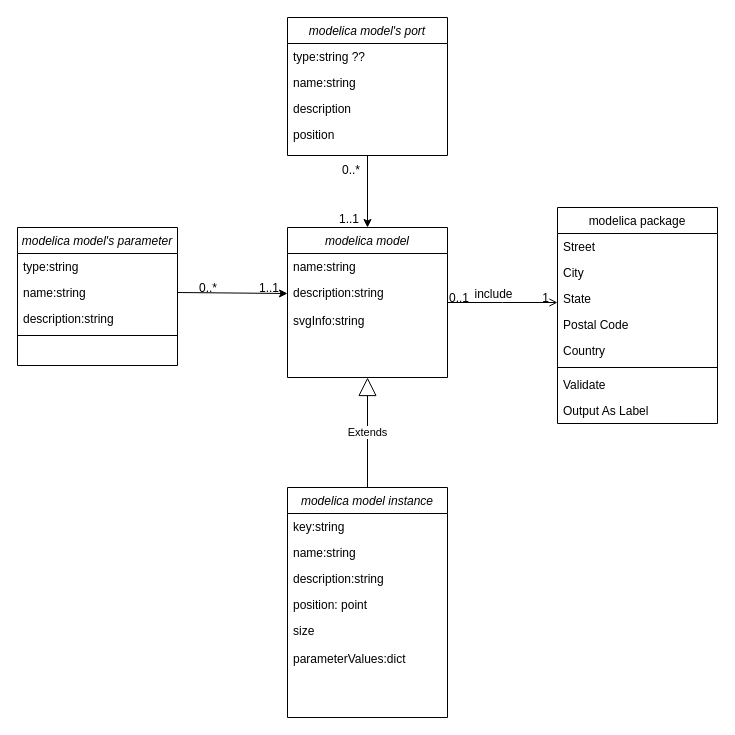
logic233/gojs-react-complex keeps this draw.io diagram as designInfo/未命名绘图.drawio. Above is the earlier version. Source tidied: cells renumbered, new cells numbered last; positions are measured from the earlier drawing's top-left corner, leaving out a move shared by most shapes. Both pictures are drawn from the tidied source at 100%, with x=0, y=0 at pixel (17, 17).
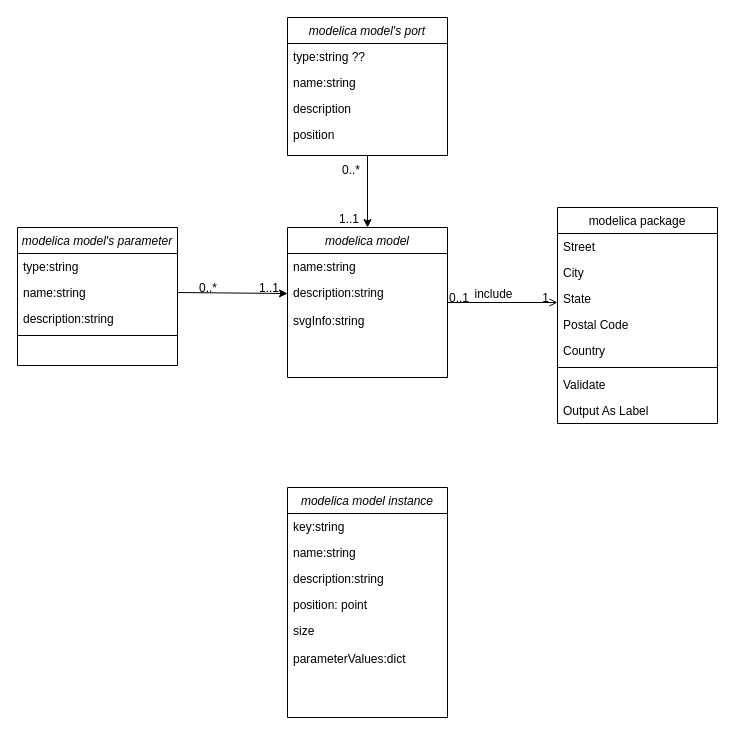
The same page after the edit.

Commit message:
更新未命名绘图.drawio

Unchanged cells that the change refers to:
```xml
<mxCell id="2" value="modelica model" style="swimlane;fontStyle=2;align=center;verticalAlign=top;horizontal=1;startSize=26;rounded=0;shadow=0;strokeWidth=1;" parent="1" vertex="1">
  <mxGeometry x="270" y="210" width="160" height="150" as="geometry" />
</mxCell>
<mxCell id="36" value="modelica model instance" style="swimlane;fontStyle=2;align=center;verticalAlign=top;horizontal=1;startSize=26;rounded=0;shadow=0;strokeWidth=1;" parent="1" vertex="1">
  <mxGeometry x="270" y="470" width="160" height="230" as="geometry" />
</mxCell>
```

What changed in the source:
```diff
@@
-    <mxCell id="35" value="Extends" style="endArrow=block;endSize=16;endFill=0;html=1;rounded=0;entryX=0.5;entryY=1;entryDx=0;entryDy=0;exitX=0.5;exitY=0;exitDx=0;exitDy=0;" parent="1" edge="1" source="36" target="2">
-      <mxGeometry relative="1" as="geometry" />
-    </mxCell>
```
